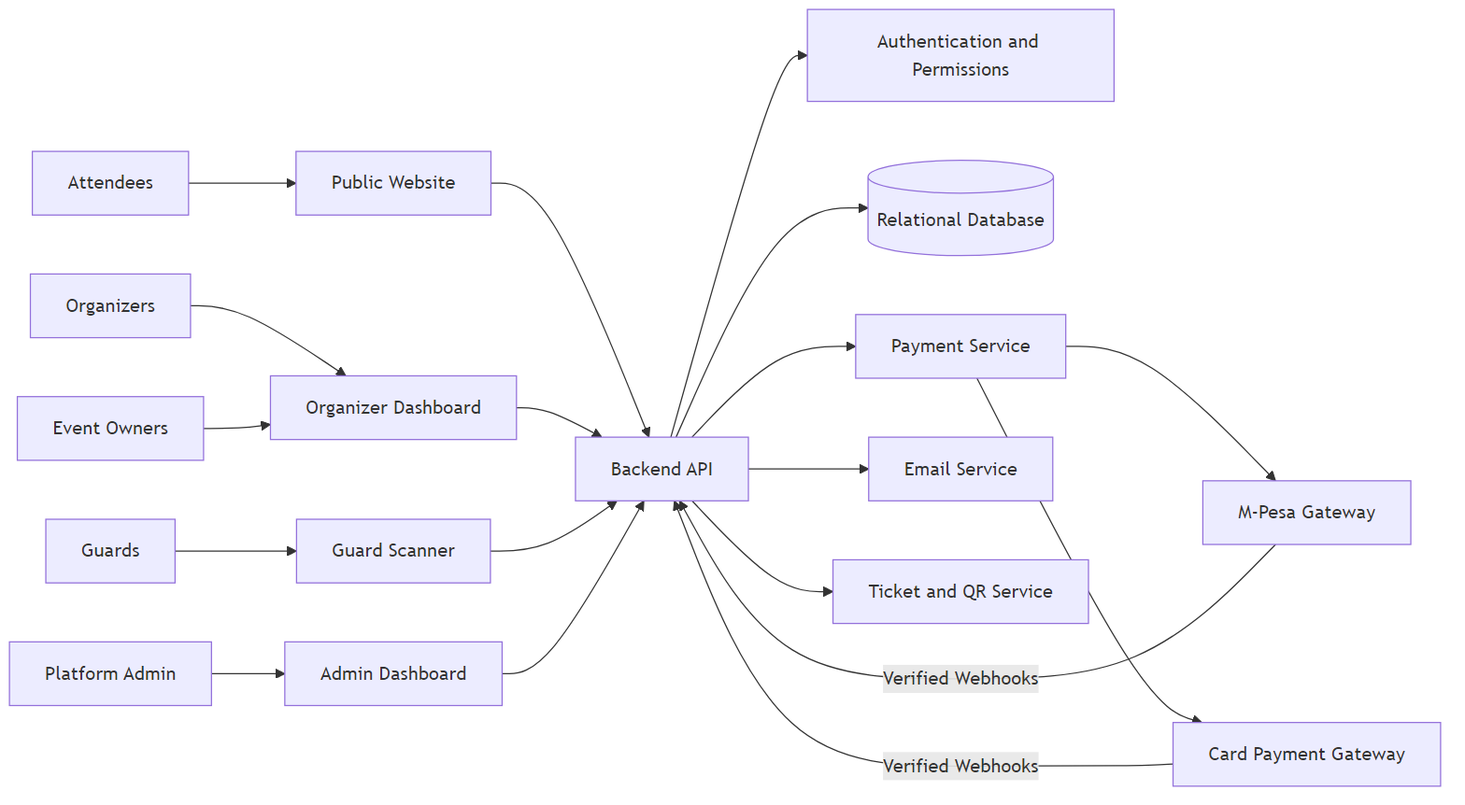
The Mermaid diagram doc/diagrams/v1/01-high-level-architecture.png in kreativesahara/ticket, before a commit. Its source is kept beside it as doc/diagrams/v1/01-high-level-architecture.mmd.
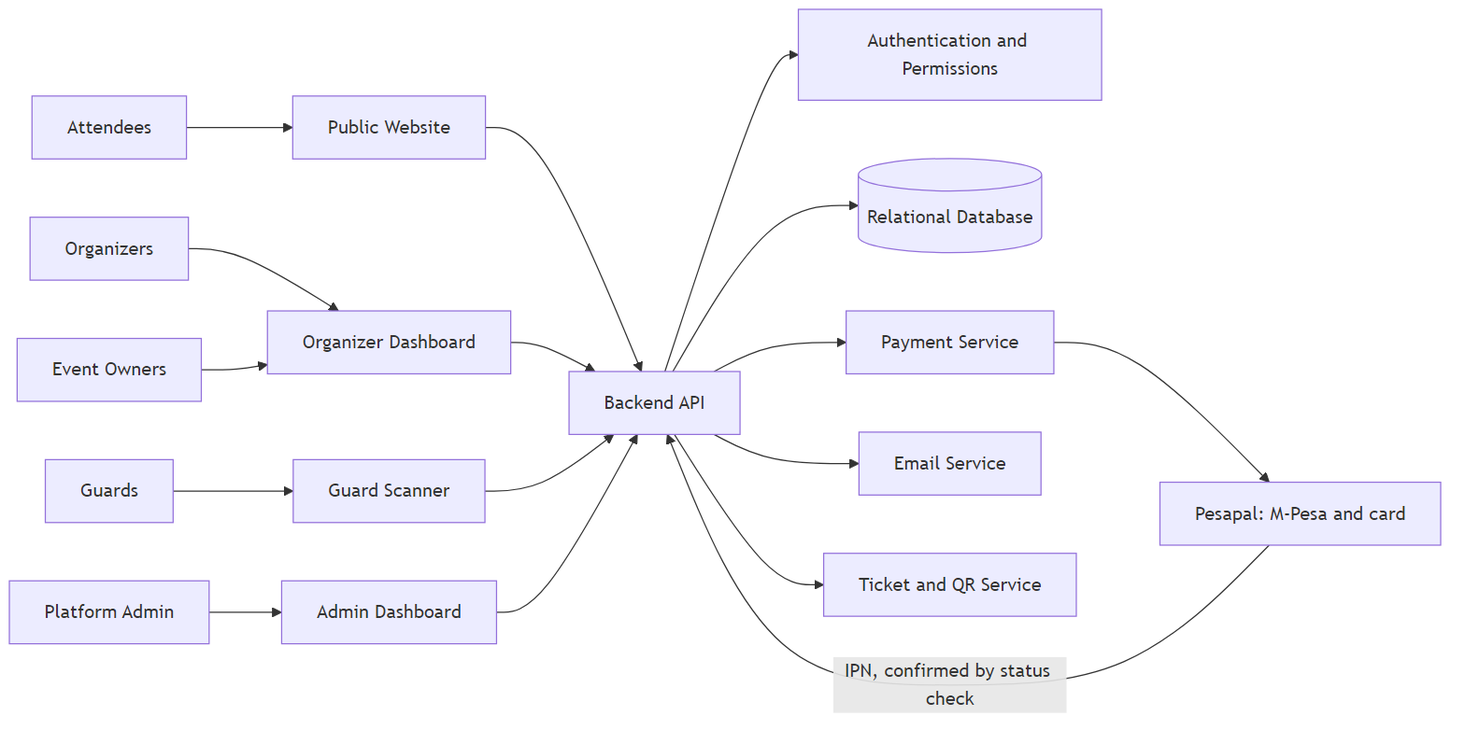
The same file after the commit.

What changed in the source:
```diff
@@ -16,7 +16,5 @@
     API --> EMAIL[Email Service]
     API --> QR[Ticket and QR Service]
 
-    PAY --> MPESA[M-Pesa Gateway]
-    PAY --> CARD[Card Payment Gateway]
-    MPESA -- Verified Webhooks --> API
-    CARD -- Verified Webhooks --> API
+    PAY --> PESAPAL[Pesapal: M-Pesa and card]
+    PESAPAL -- IPN, confirmed by status check --> API
```
